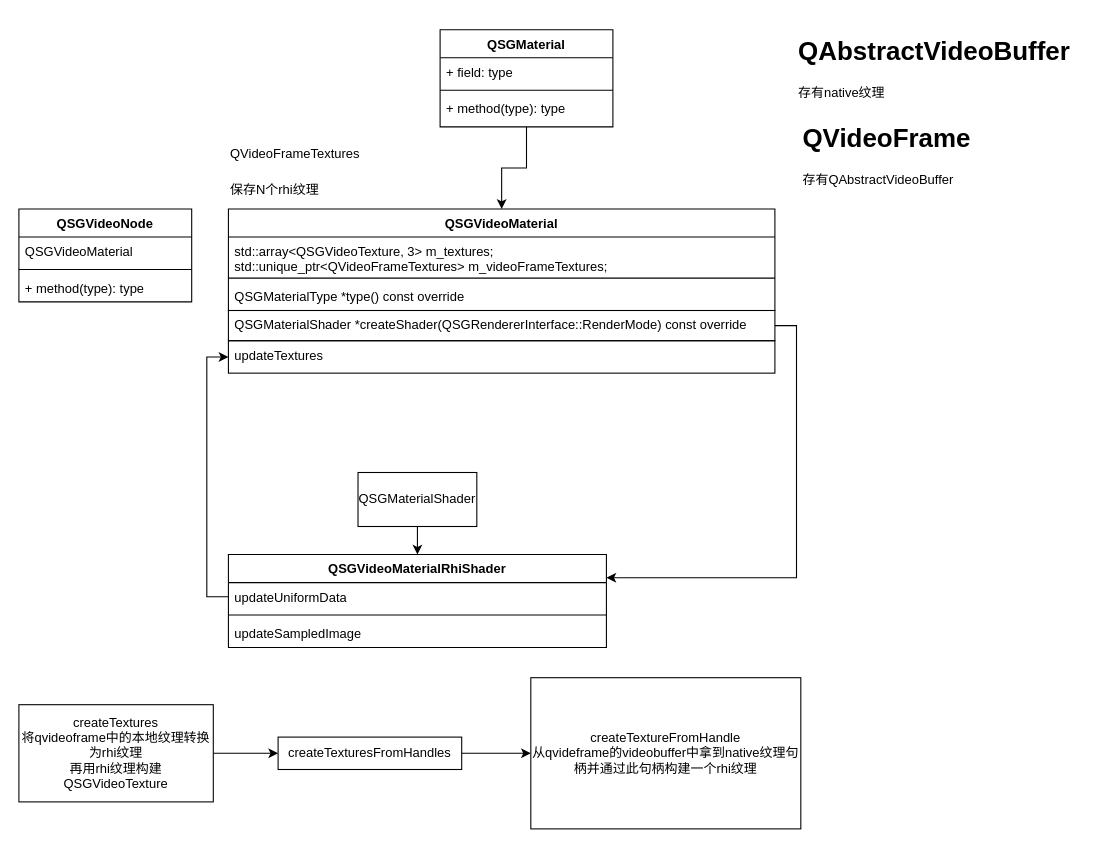
Earlier version of the draw.io diagram qsgvideonode.drawio (dosmlp/drawio). Source tidied: cells renumbered, new cells numbered last; positions are measured from the earlier drawing's top-left corner, leaving out a move shared by most shapes. Both pictures are drawn from the tidied source at 108%, with x=0, y=0 at pixel (18, 29).
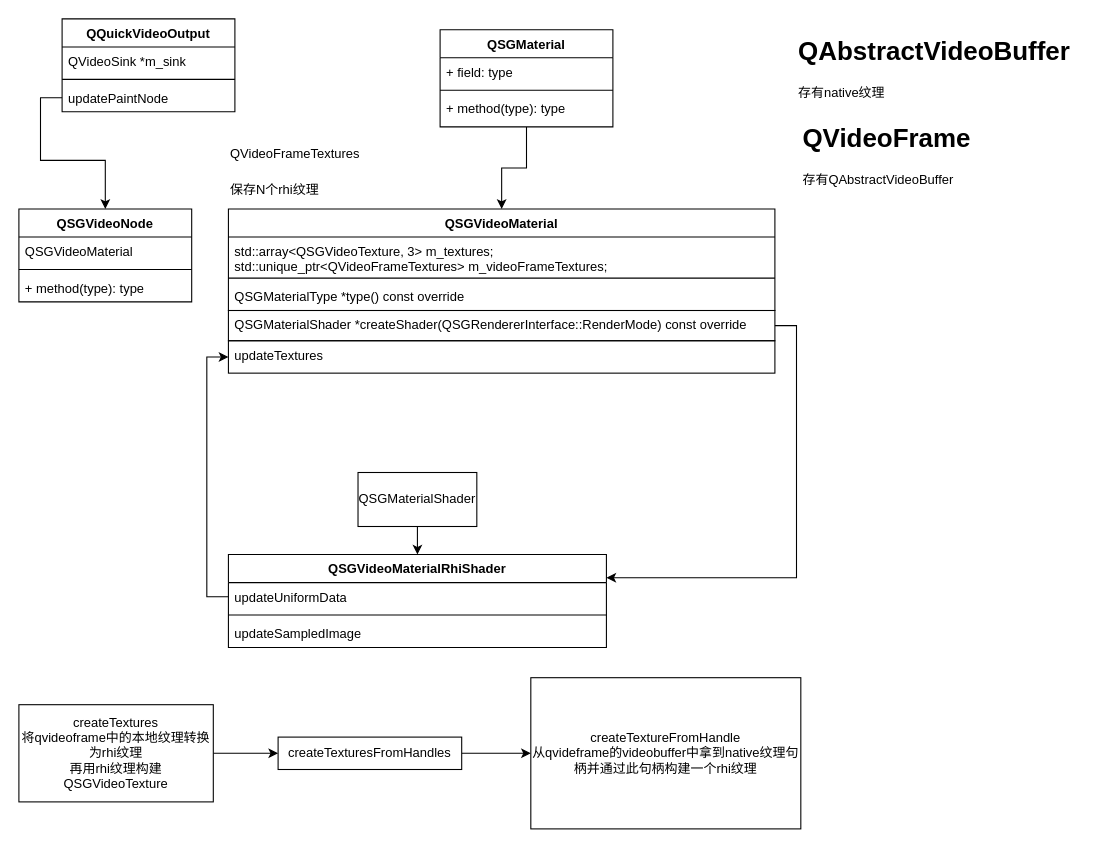
Above is the later version.

Unchanged cells that the change refers to:
```xml
<mxCell id="2" value="QSGVideoNode" style="swimlane;fontStyle=1;align=center;verticalAlign=top;horizontal=1;startSize=26;whiteSpace=wrap;html=1;" parent="1" vertex="1">
  <mxGeometry y="166" width="160" height="86" as="geometry" />
</mxCell>
```

The edit, as a diff of the source:
```diff
@@
+    <mxCell id="33" value="QQuickVideoOutput" style="swimlane;fontStyle=1;align=center;verticalAlign=top;horizontal=1;startSize=26;whiteSpace=wrap;html=1;" parent="1" vertex="1">
+      <mxGeometry x="40" y="-10" width="160" height="86" as="geometry" />
+    </mxCell>
+    <mxCell id="34" value="QVideoSink *m_sink" style="text;strokeColor=none;fillColor=none;align=left;verticalAlign=top;spacingLeft=4;spacingRight=4;overflow=hidden;whiteSpace=wrap;html=1;" parent="33" vertex="1">
+      <mxGeometry y="26" width="160" height="26" as="geometry" />
+    </mxCell>
+    <mxCell id="35" style="line;strokeWidth=1;fillColor=none;align=left;verticalAlign=middle;spacingTop=-1;spacingLeft=3;spacingRight=3;labelPosition=right;strokeColor=inherit;" parent="33" vertex="1">
+      <mxGeometry y="52" width="160" height="8" as="geometry" />
+    </mxCell>
+    <mxCell id="36" value="updatePaintNode" style="text;strokeColor=none;fillColor=none;align=left;verticalAlign=top;spacingLeft=4;spacingRight=4;overflow=hidden;points=[[0,0.5],[1,0.5]];portConstraint=eastwest;whiteSpace=wrap;html=1;" parent="33" vertex="1">
+      <mxGeometry y="60" width="160" height="26" as="geometry" />
+    </mxCell>
+    <mxCell id="37" style="edgeStyle=orthogonalEdgeStyle;rounded=0;jettySize=auto;html=1;exitX=0;exitY=0.5;exitDx=0;exitDy=0;" parent="1" edge="1" source="36" target="2">
+      <mxGeometry relative="1" as="geometry" />
+    </mxCell>
```
